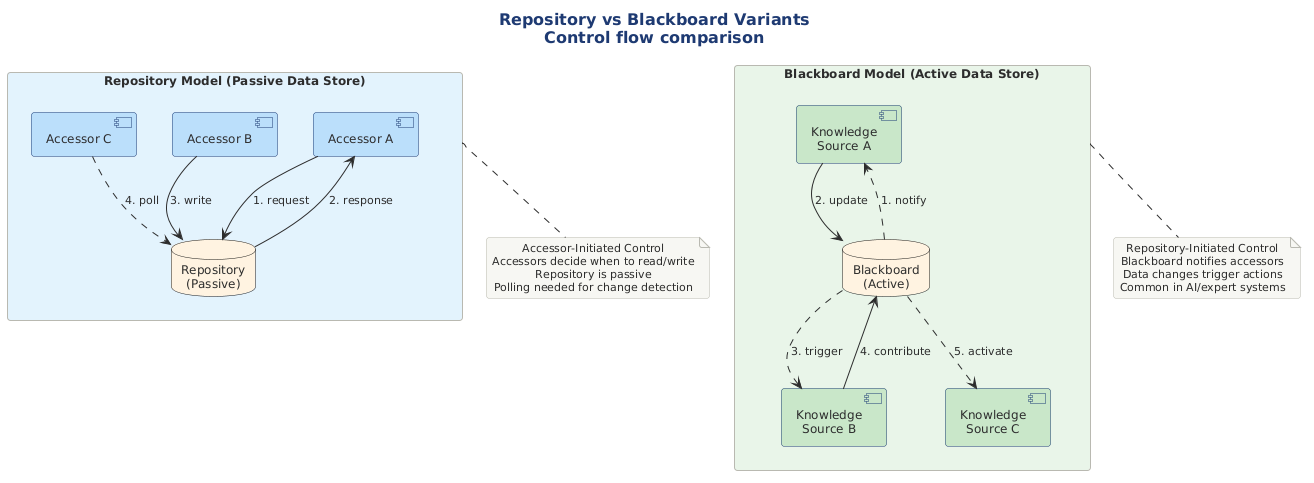
Before: src/architecture/views-and-beyond/style-catalogs/component-and-connector/shared-data-style/png/repo-vs-blackboard-variants-control-flow.png, a diagram exported from PlantUML (Notoriousjayy/latex-docs). Its diagram source:
```plantuml
@startuml

title Repository vs Blackboard Variants\nControl flow comparison

!include ../../../../../../tooling/styles/plantuml/structural/deployment-diagram-style.iuml

rectangle "Repository Model (Passive Data Store)" as repoModel #E3F2FD {
    [Accessor A] as accA1 #BBDEFB
    [Accessor B] as accB1 #BBDEFB
    [Accessor C] as accC1 #BBDEFB
    database "Repository\n(Passive)" as repo1 #FFF3E0

    accA1 --> repo1 : "1. request"
    repo1 --> accA1 : "2. response"
    accB1 --> repo1 : "3. write"
    accC1 ..> repo1 : "4. poll"
}

rectangle "Blackboard Model (Active Data Store)" as bbModel #E8F5E9 {
    [Knowledge\nSource A] as ksA #C8E6C9
    [Knowledge\nSource B] as ksB #C8E6C9
    [Knowledge\nSource C] as ksC #C8E6C9
    database "Blackboard\n(Active)" as bb #FFF3E0

    bb ..> ksA : "1. notify"
    ksA --> bb : "2. update"
    bb ..> ksB : "3. trigger"
    ksB --> bb : "4. contribute"
    bb ..> ksC : "5. activate"
}

note bottom of repoModel
  Accessor-Initiated Control
  Accessors decide when to read/write
  Repository is passive
  Polling needed for change detection
end note

note bottom of bbModel
  Repository-Initiated Control
  Blackboard notifies accessors
  Data changes trigger actions
  Common in AI/expert systems
end note

@enduml
```
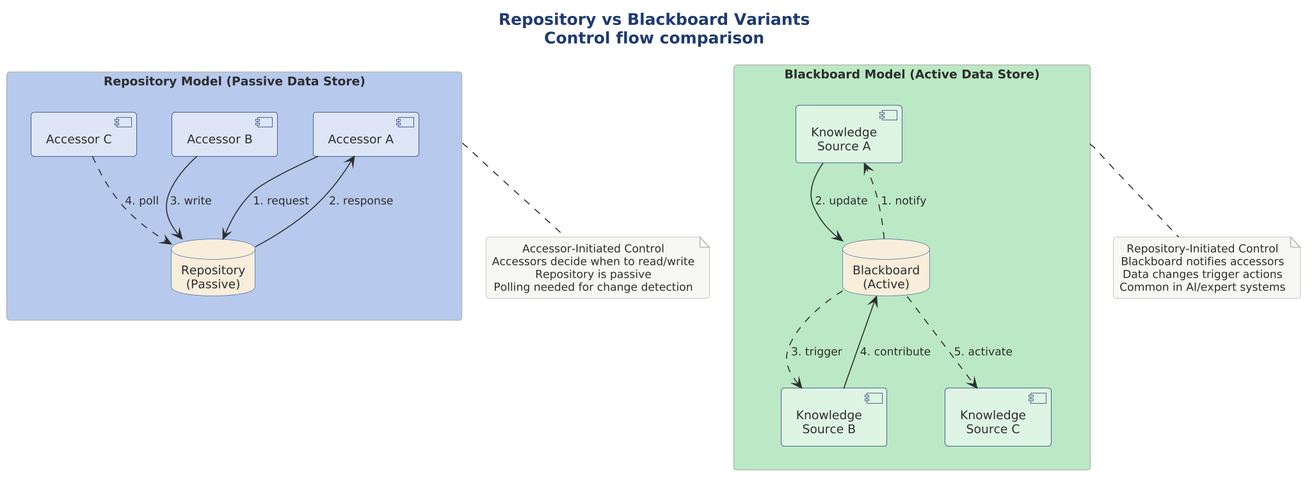
The same file after the commit.

Change to the diagram source:
```diff
@@ -1,14 +1,19 @@
 @startuml
+
+skinparam dpi 150
+
+
+
 
 title Repository vs Blackboard Variants\nControl flow comparison
 
 !include ../../../../../../tooling/styles/plantuml/structural/deployment-diagram-style.iuml
 
-rectangle "Repository Model (Passive Data Store)" as repoModel #E3F2FD {
-    [Accessor A] as accA1 #BBDEFB
-    [Accessor B] as accB1 #BBDEFB
-    [Accessor C] as accC1 #BBDEFB
-    database "Repository\n(Passive)" as repo1 #FFF3E0
+rectangle "Repository Model (Passive Data Store)" as repoModel $deep_primary {
+    [Accessor A] as accA1 $fill_primary
+    [Accessor B] as accB1 $fill_primary
+    [Accessor C] as accC1 $fill_primary
+    database "Repository\n(Passive)" as repo1 $fill_caution
 
     accA1 --> repo1 : "1. request"
     repo1 --> accA1 : "2. response"
@@ -16,11 +21,11 @@
     accC1 ..> repo1 : "4. poll"
 }
 
-rectangle "Blackboard Model (Active Data Store)" as bbModel #E8F5E9 {
-    [Knowledge\nSource A] as ksA #C8E6C9
-    [Knowledge\nSource B] as ksB #C8E6C9
-    [Knowledge\nSource C] as ksC #C8E6C9
-    database "Blackboard\n(Active)" as bb #FFF3E0
+rectangle "Blackboard Model (Active Data Store)" as bbModel $deep_ok {
+    [Knowledge\nSource A] as ksA $fill_ok
+    [Knowledge\nSource B] as ksB $fill_ok
+    [Knowledge\nSource C] as ksC $fill_ok
+    database "Blackboard\n(Active)" as bb $fill_caution
 
     bb ..> ksA : "1. notify"
     ksA --> bb : "2. update"
```
